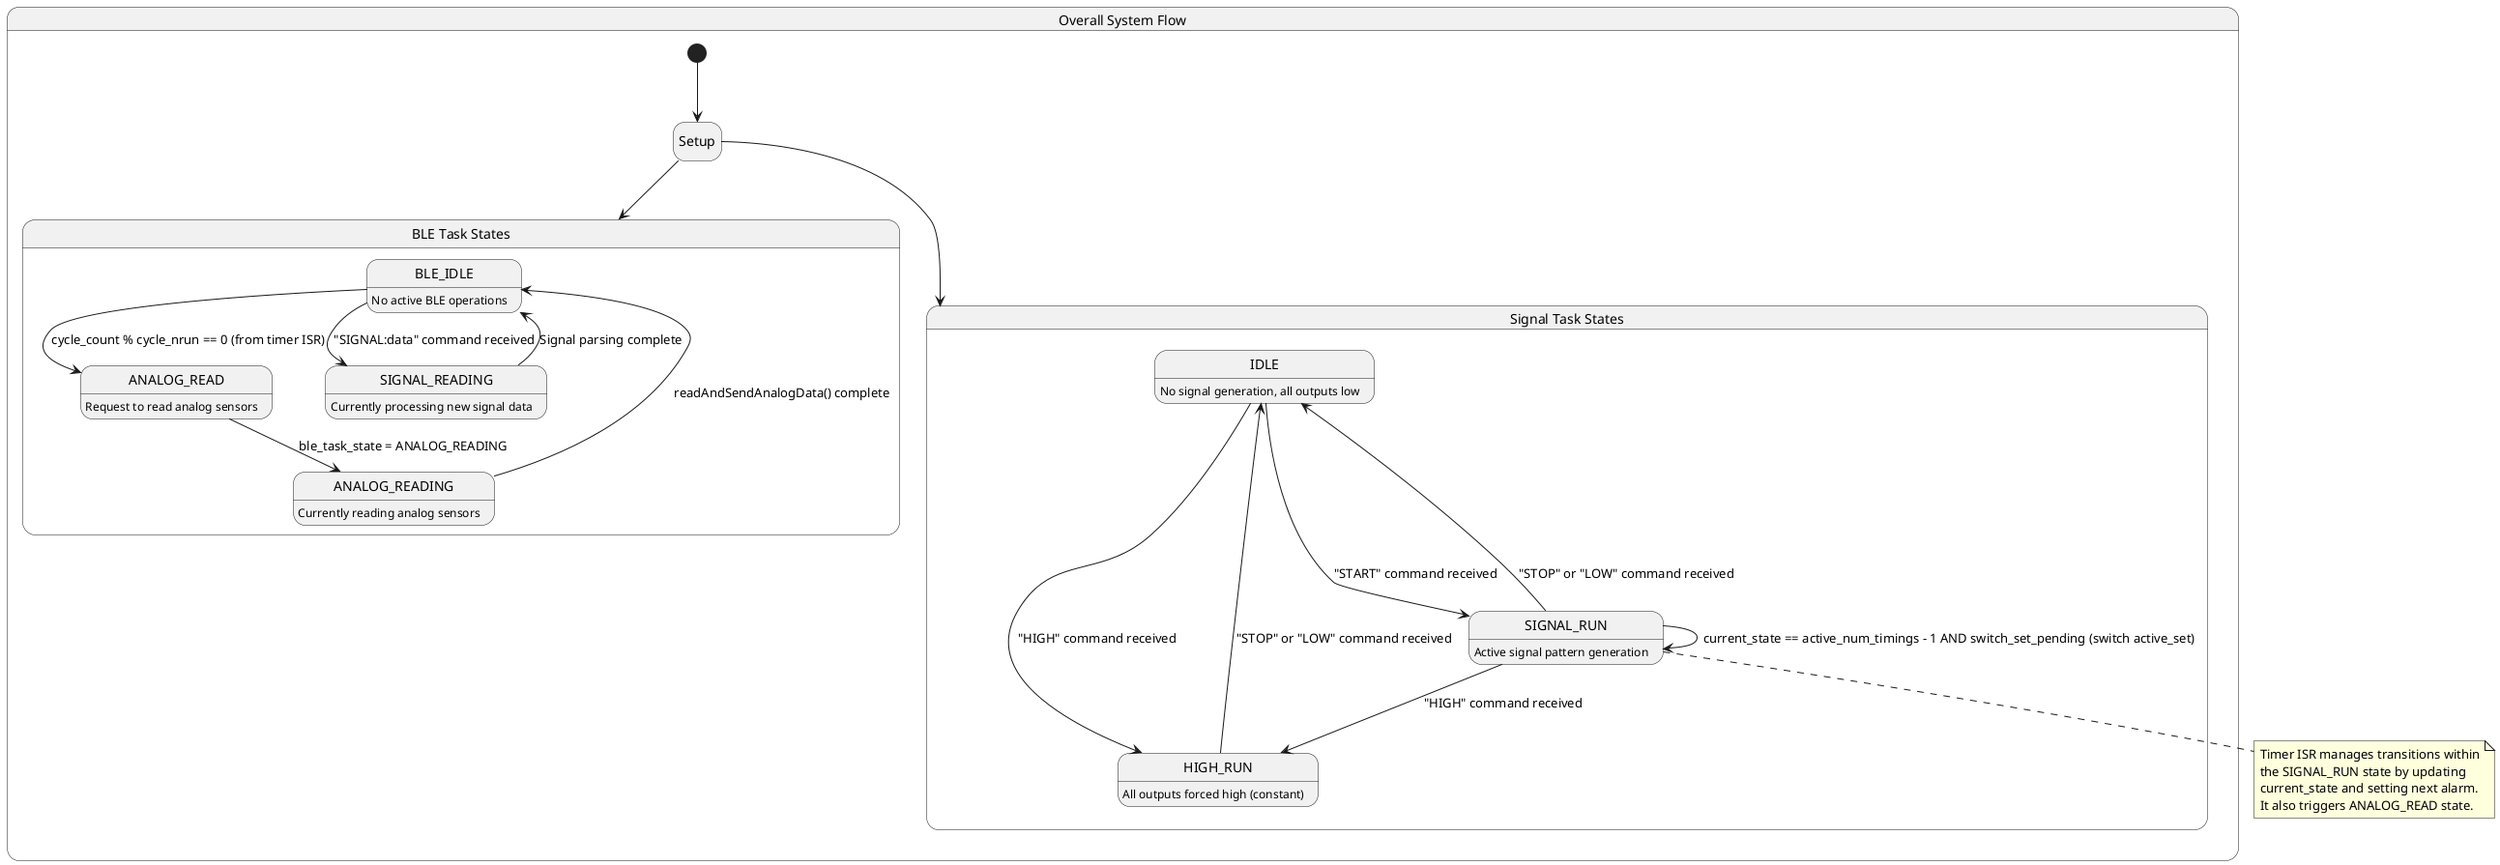
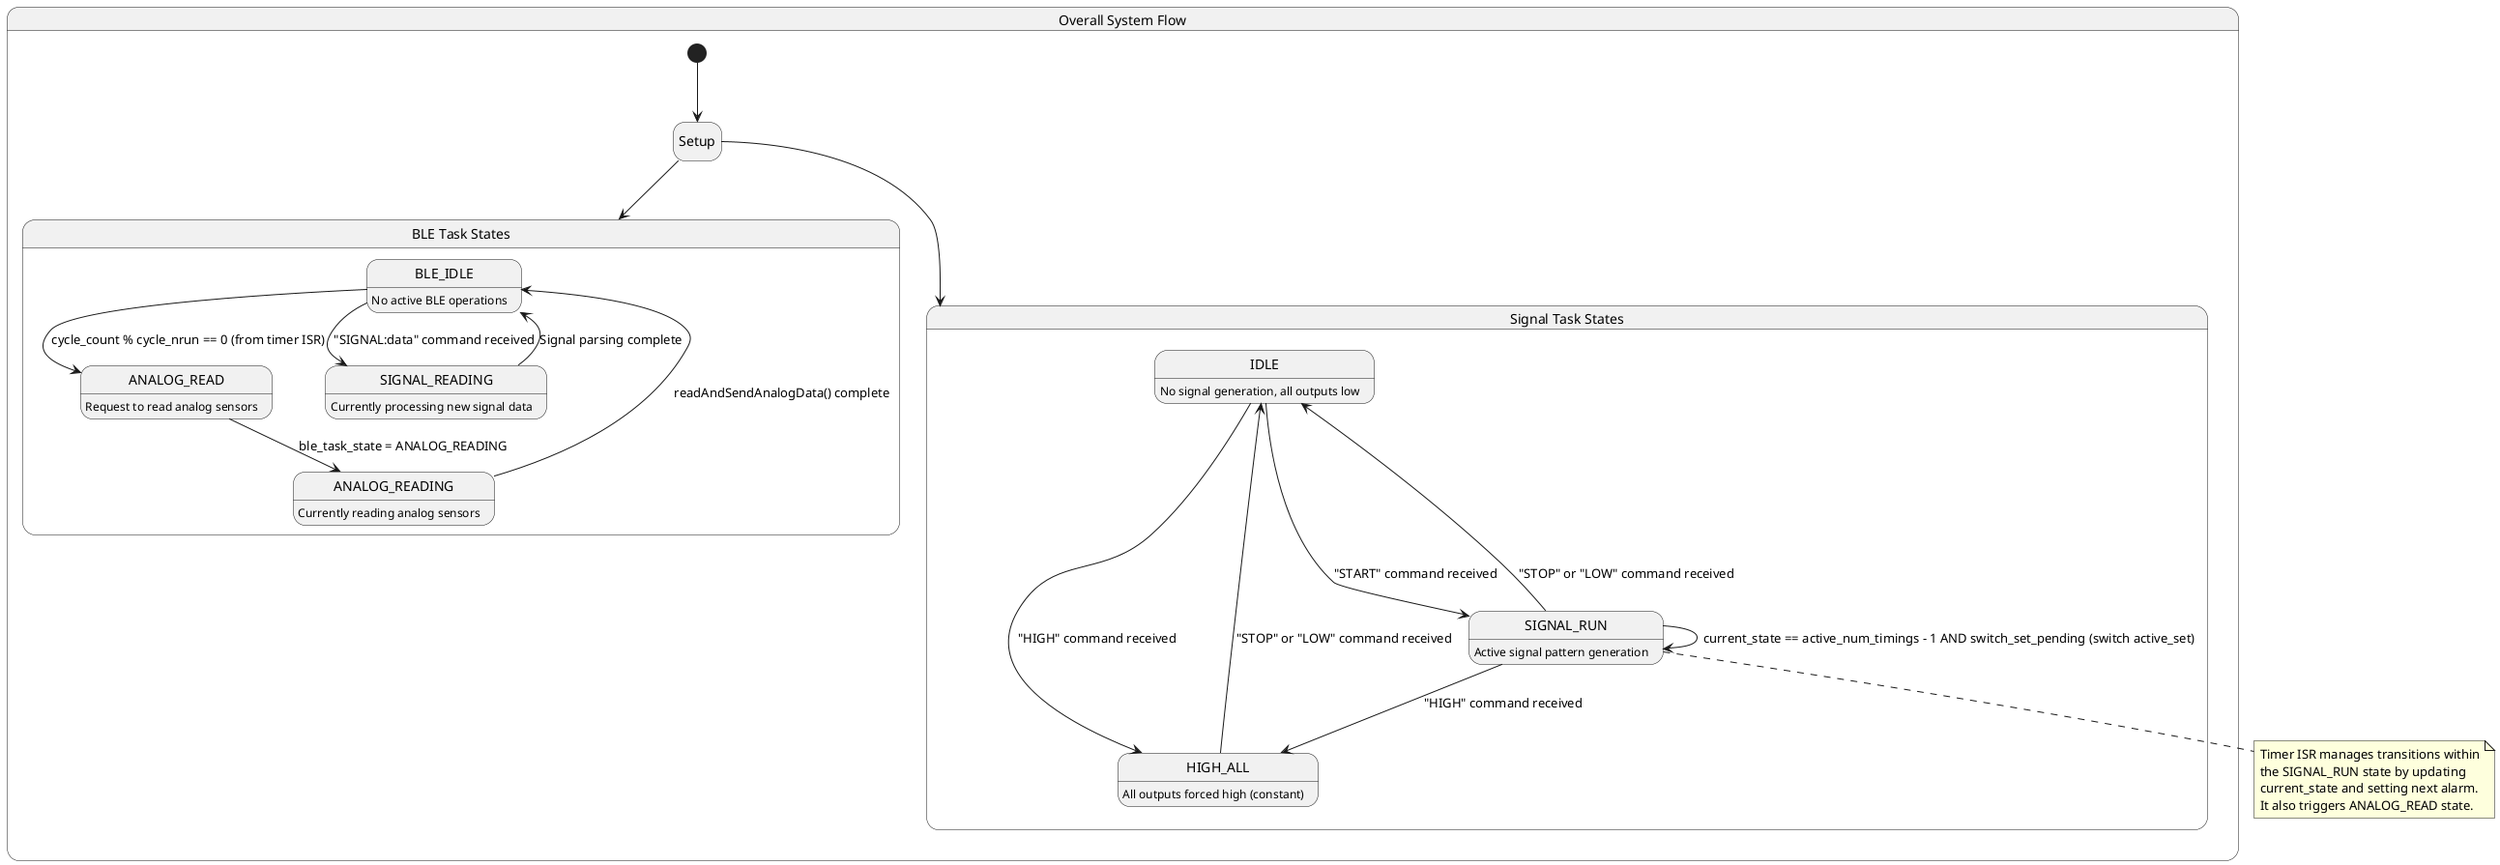
@startuml
hide empty description
state "Overall System Flow" as Overall_Flow {
    [*] --> Setup
    Setup --> BLE_States
    Setup --> Signal_States
}

state "BLE Task States" as BLE_States {
    state BLE_IDLE
    state ANALOG_READ
    state ANALOG_READING
    state SIGNAL_READING

    BLE_IDLE : No active BLE operations
    ANALOG_READ : Request to read analog sensors
    ANALOG_READING : Currently reading analog sensors
    SIGNAL_READING : Currently processing new signal data

    BLE_IDLE --> ANALOG_READ : cycle_count % cycle_nrun == 0 (from timer ISR)
    ANALOG_READ --> ANALOG_READING : ble_task_state = ANALOG_READING
    ANALOG_READING --> BLE_IDLE : readAndSendAnalogData() complete
    BLE_IDLE --> SIGNAL_READING : "SIGNAL:data" command received
    SIGNAL_READING --> BLE_IDLE : Signal parsing complete
}

state "Signal Task States" as Signal_States {
    state IDLE
-     state HIGH_RUN
+     state HIGH_ALL
    state SIGNAL_RUN

    IDLE : No signal generation, all outputs low
-     HIGH_RUN : All outputs forced high (constant)
+     HIGH_ALL : All outputs forced high (constant)
    SIGNAL_RUN : Active signal pattern generation

    IDLE --> SIGNAL_RUN : "START" command received
-     IDLE --> HIGH_RUN : "HIGH" command received
-     HIGH_RUN --> IDLE : "STOP" or "LOW" command received
+     IDLE --> HIGH_ALL : "HIGH" command received
+     HIGH_ALL --> IDLE : "STOP" or "LOW" command received
    SIGNAL_RUN --> IDLE : "STOP" or "LOW" command received
-     SIGNAL_RUN --> HIGH_RUN : "HIGH" command received
+     SIGNAL_RUN --> HIGH_ALL : "HIGH" command received

    SIGNAL_RUN --> SIGNAL_RUN : current_state == active_num_timings - 1 AND switch_set_pending (switch active_set)
}

note bottom of SIGNAL_RUN
    Timer ISR manages transitions within
    the SIGNAL_RUN state by updating
    current_state and setting next alarm.
    It also triggers ANALOG_READ state.
end note

@enduml